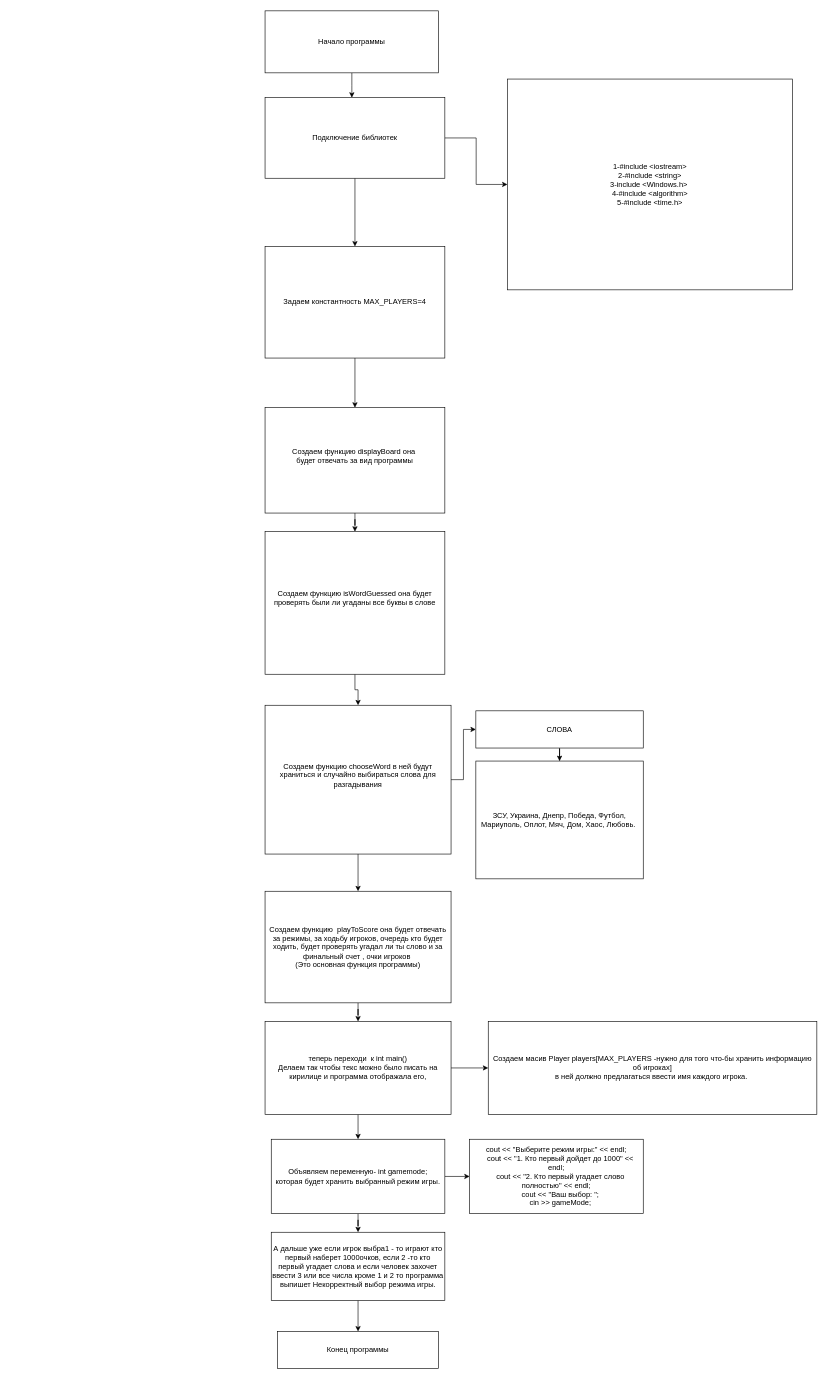
Above: Диаграмма без названия.drawio in spr1ngle/el (draw.io), before the change. Source tidied: cells renumbered, new cells numbered last; positions are measured from the earlier drawing's top-left corner, leaving out a move shared by most shapes. Both pictures are drawn from the tidied source at 62%, with x=0, y=0 at pixel (265, 11).
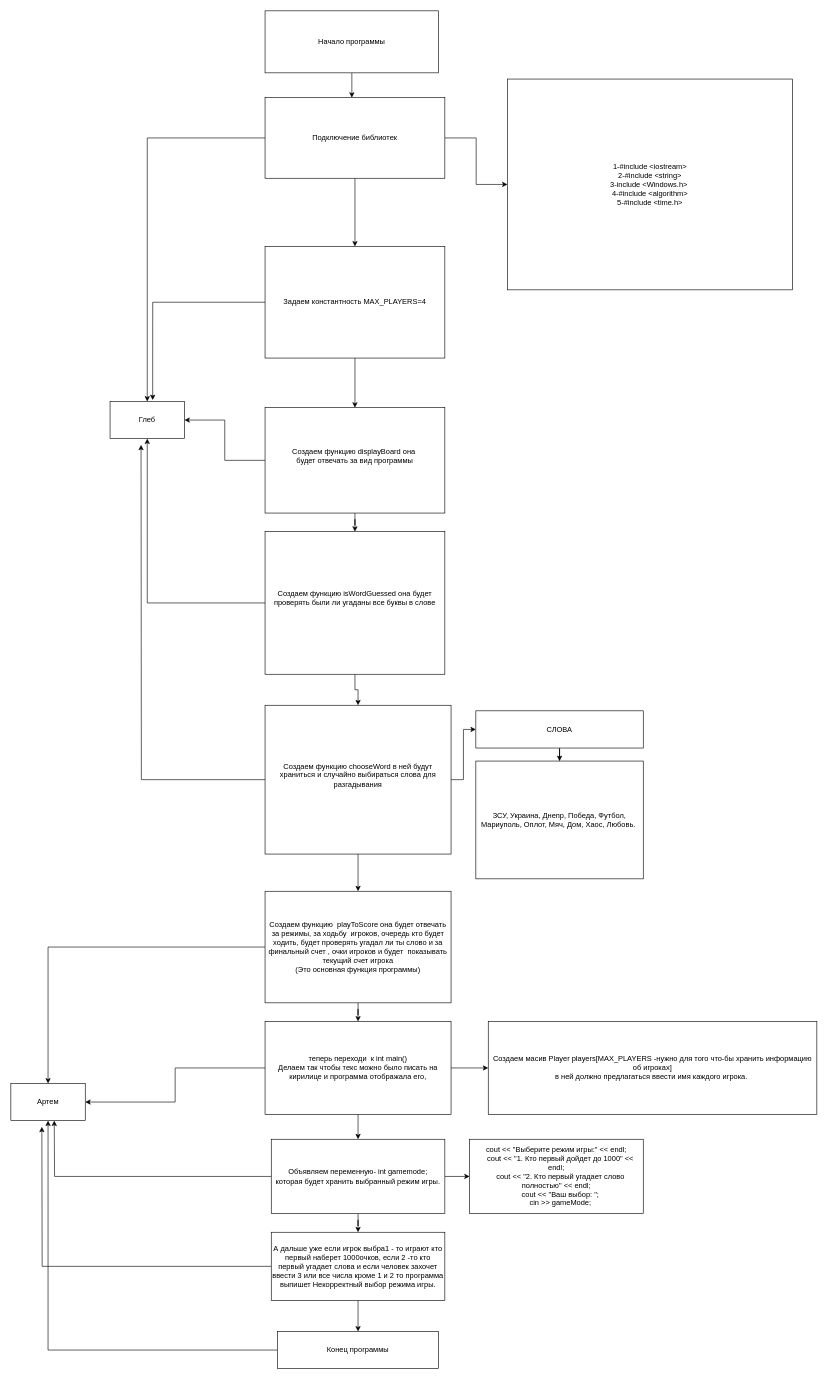
The same page after the edit.

The change refers to these unchanged cells:
```xml
<mxCell id="6" value="Подключение библиотек" style="rounded=0;whiteSpace=wrap;html=1;" parent="1" vertex="1">
  <mxGeometry y="140" width="290" height="130" as="geometry" />
</mxCell>
<mxCell id="9" value="Задаем константность MAX_PLAYERS=4" style="rounded=0;whiteSpace=wrap;html=1;" parent="1" vertex="1">
  <mxGeometry y="380" width="290" height="180" as="geometry" />
</mxCell>
<mxCell id="11" value="Создаем функцию&amp;nbsp;displayBoard она&amp;nbsp;&lt;br&gt;будет отвечать за вид программы&lt;br&gt;&amp;nbsp;" style="rounded=0;whiteSpace=wrap;html=1;" parent="1" vertex="1">
  <mxGeometry y="640" width="290" height="170" as="geometry" />
</mxCell>
<mxCell id="13" value="Создаем функцию&amp;nbsp;isWordGuessed она будет проверять были ли угаданы все буквы в слове&lt;br&gt;&amp;nbsp;" style="rounded=0;whiteSpace=wrap;html=1;" parent="1" vertex="1">
  <mxGeometry y="840" width="290" height="230" as="geometry" />
</mxCell>
<mxCell id="16" value="Создаем функцию&amp;nbsp;chooseWord в ней будут храниться и случайно выбираться слова для разгадывания&lt;br&gt;&amp;nbsp;" style="rounded=0;whiteSpace=wrap;html=1;" parent="1" vertex="1">
  <mxGeometry y="1120" width="300" height="240" as="geometry" />
</mxCell>
<mxCell id="24" value="теперь переходи&amp;nbsp; к int main()&lt;br&gt;Делаем так чтобы текс можно было писать на кирилице и программа отображала его,&lt;br&gt;" style="rounded=0;whiteSpace=wrap;html=1;" parent="1" vertex="1">
  <mxGeometry y="1630" width="300" height="150" as="geometry" />
</mxCell>
<mxCell id="28" value="Объявляем переменную- int gamemode;&lt;br&gt;которая будет хранить выбранный режим игры." style="rounded=0;whiteSpace=wrap;html=1;" parent="1" vertex="1">
  <mxGeometry x="10" y="1820" width="280" height="120" as="geometry" />
</mxCell>
<mxCell id="31" value="А дальше уже если игрок выбра1 - то играют кто первый наберет 1000очков, если 2 -то кто первый угадает слова и если человек захочет ввести 3 или все числа кроме 1 и 2 то программа выпишет Некорректный выбор режима игры." style="rounded=0;whiteSpace=wrap;html=1;" parent="1" vertex="1">
  <mxGeometry x="10" y="1970" width="280" height="110" as="geometry" />
</mxCell>
<mxCell id="32" value="Конец программы" style="rounded=0;whiteSpace=wrap;html=1;" parent="1" vertex="1">
  <mxGeometry x="20" y="2130" width="260" height="60" as="geometry" />
</mxCell>
```

Diff of the diagram source:
```diff
@@
+    <mxCell id="33" style="edgeStyle=orthogonalEdgeStyle;rounded=0;jettySize=auto;html=1;entryX=0.5;entryY=0;entryDx=0;entryDy=0;" parent="1" edge="1" source="6" target="43">
+      <mxGeometry relative="1" as="geometry" />
+    </mxCell>
@@
+    <mxCell id="34" style="edgeStyle=orthogonalEdgeStyle;rounded=0;jettySize=auto;html=1;exitX=0;exitY=0.5;exitDx=0;exitDy=0;entryX=0.573;entryY=-0.037;entryDx=0;entryDy=0;entryPerimeter=0;" parent="1" edge="1" source="9" target="43">
+      <mxGeometry relative="1" as="geometry" />
+    </mxCell>
@@
+    <mxCell id="35" style="edgeStyle=orthogonalEdgeStyle;rounded=0;jettySize=auto;html=1;entryX=1;entryY=0.5;entryDx=0;entryDy=0;" parent="1" edge="1" source="11" target="43">
+      <mxGeometry relative="1" as="geometry" />
+    </mxCell>
@@
+    <mxCell id="36" style="edgeStyle=orthogonalEdgeStyle;rounded=0;jettySize=auto;html=1;entryX=0.5;entryY=1;entryDx=0;entryDy=0;" parent="1" edge="1" source="13" target="43">
+      <mxGeometry relative="1" as="geometry" />
+    </mxCell>
@@
+    <mxCell id="37" style="edgeStyle=orthogonalEdgeStyle;rounded=0;jettySize=auto;html=1;" parent="1" edge="1" source="16">
+      <mxGeometry relative="1" as="geometry">
+        <mxPoint x="-200" y="700" as="targetPoint" />
+      </mxGeometry>
+    </mxCell>
@@
+    <mxCell id="38" style="edgeStyle=orthogonalEdgeStyle;rounded=0;jettySize=auto;html=1;exitX=0;exitY=0.5;exitDx=0;exitDy=0;" parent="1" edge="1" source="21" target="44">
+      <mxGeometry relative="1" as="geometry" />
+    </mxCell>
-    <mxCell id="21" value="Создаем функцию&amp;nbsp;&amp;nbsp;playToScore она будет отвечать за режимы, за ходьбу игроков, очередь кто будет ходить, будет проверять угадал ли ты слово и за финальный счет , очки игроков&amp;nbsp;&lt;br&gt;(Это основная функция программы)" style="rounded=0;whiteSpace=wrap;html=1;" parent="1" vertex="1">
+    <mxCell id="21" value="Создаем функцию&amp;nbsp;&amp;nbsp;playToScore она будет отвечать за режимы, за ходьбу&amp;nbsp; игроков, очередь кто будет ходить, будет проверять угадал ли ты слово и за финальный счет , очки игроков и будет&amp;nbsp; показывать текущий счет игрока&lt;br&gt;(Это основная функция программы)" style="rounded=0;whiteSpace=wrap;html=1;" parent="1" vertex="1">
       <mxGeometry y="1420" width="300" height="180" as="geometry" />
     </mxCell>
@@
+    <mxCell id="39" style="edgeStyle=orthogonalEdgeStyle;rounded=0;jettySize=auto;html=1;exitX=0;exitY=0.5;exitDx=0;exitDy=0;entryX=1;entryY=0.5;entryDx=0;entryDy=0;" parent="1" edge="1" source="24" target="44">
+      <mxGeometry relative="1" as="geometry" />
+    </mxCell>
@@
+    <mxCell id="40" style="edgeStyle=orthogonalEdgeStyle;rounded=0;jettySize=auto;html=1;exitX=0;exitY=0.5;exitDx=0;exitDy=0;" parent="1" edge="1" source="28">
+      <mxGeometry relative="1" as="geometry">
+        <mxPoint x="-340" y="1790" as="targetPoint" />
+      </mxGeometry>
+    </mxCell>
@@
+    <mxCell id="41" style="edgeStyle=orthogonalEdgeStyle;rounded=0;jettySize=auto;html=1;" parent="1" edge="1" source="31">
+      <mxGeometry relative="1" as="geometry">
+        <mxPoint x="-360" y="1800" as="targetPoint" />
+      </mxGeometry>
+    </mxCell>
@@
+    <mxCell id="42" style="edgeStyle=orthogonalEdgeStyle;rounded=0;jettySize=auto;html=1;" parent="1" edge="1" source="32" target="44">
+      <mxGeometry relative="1" as="geometry" />
+    </mxCell>
@@
+    <mxCell id="43" value="Глеб" style="rounded=0;whiteSpace=wrap;html=1;" parent="1" vertex="1">
+      <mxGeometry x="-250" y="630" width="120" height="60" as="geometry" />
+    </mxCell>
+    <mxCell id="44" value="Артем" style="rounded=0;whiteSpace=wrap;html=1;" parent="1" vertex="1">
+      <mxGeometry x="-410" y="1730" width="120" height="60" as="geometry" />
+    </mxCell>
```
